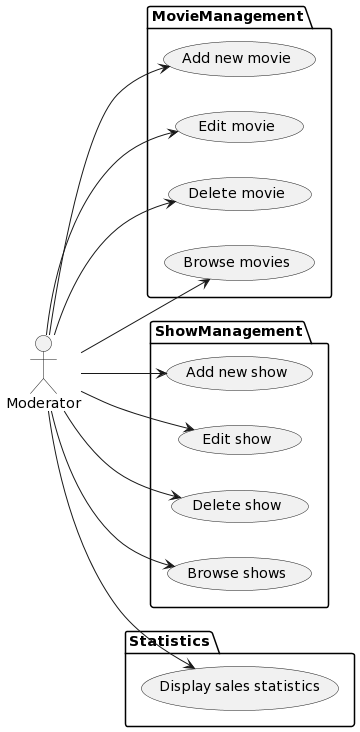
kappa243/cinema-management-system keeps this PlantUML diagram as docs/assets/moderatorUC.png. Above is the earlier version. Its diagram source:
```plantuml
@startuml
left to right direction
actor Moderator as m
package MovieManagement {
  usecase "Add new movie" as UC1
  usecase "Edit movie" as UC2
  usecase "Delete movie" as UC3
  usecase "Browse movies" as UC4
}

package ShowManagement {
  usecase "Add new show" as UC5
  usecase "Edit show" as UC6
  usecase "Delete show" as UC7
  usecase "Browse shows" as UC8
}

package Statistics{
  usecase "Display sales statistics" as UC9
}

m --> UC1
m --> UC2
m --> UC3
m --> UC4
m --> UC5
m --> UC6
m --> UC7
m --> UC8
m --> UC9
@enduml
```
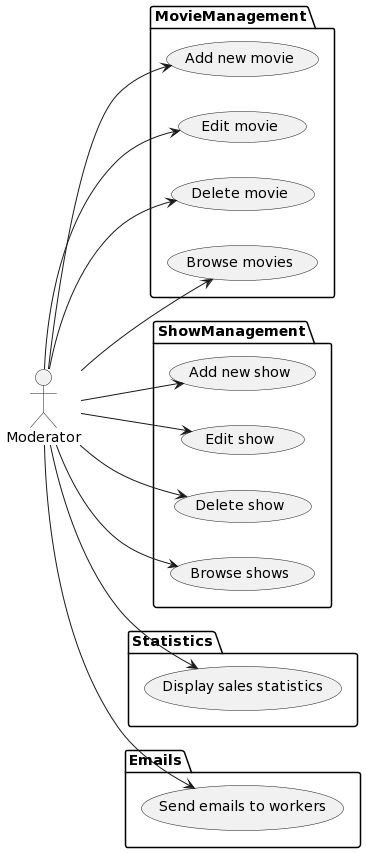
After the change.

Diff of the diagram source:
```diff
@@ -18,6 +18,9 @@
 package Statistics{
   usecase "Display sales statistics" as UC9
 }
+package Emails{
+  usecase "Send emails to workers" as UC10
+}
 
 m --> UC1
 m --> UC2
@@ -28,4 +31,5 @@
 m --> UC7
 m --> UC8
 m --> UC9
+m --> UC10
 @enduml
```
